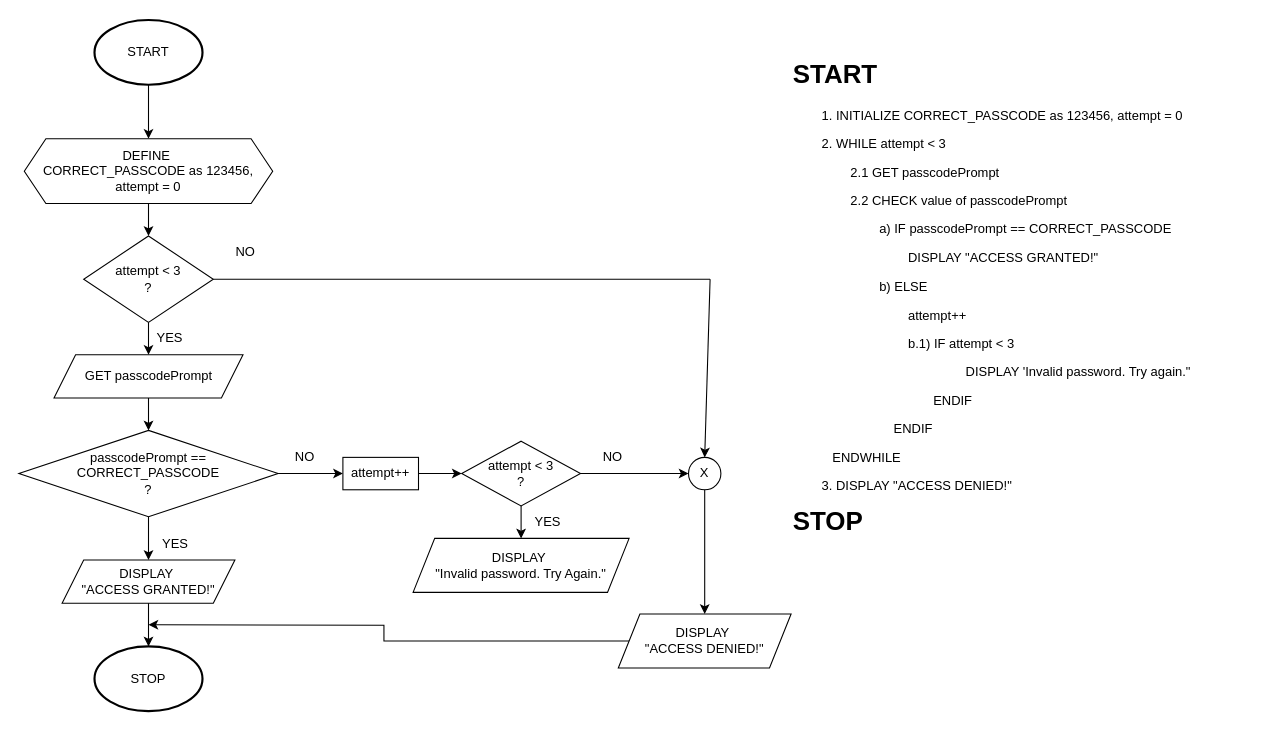
Above: page "5.2" (2 of 3) of Lab Exercise 3.1/labE5.drawio in barrosaur/first-year-cpe-lab (draw.io), before the change. Source tidied: cells renumbered, new cells numbered last; positions are measured from the earlier drawing's top-left corner, leaving out a move shared by most shapes. Both pictures are drawn from the tidied source at 108%, with x=0, y=0 at pixel (18, 19).
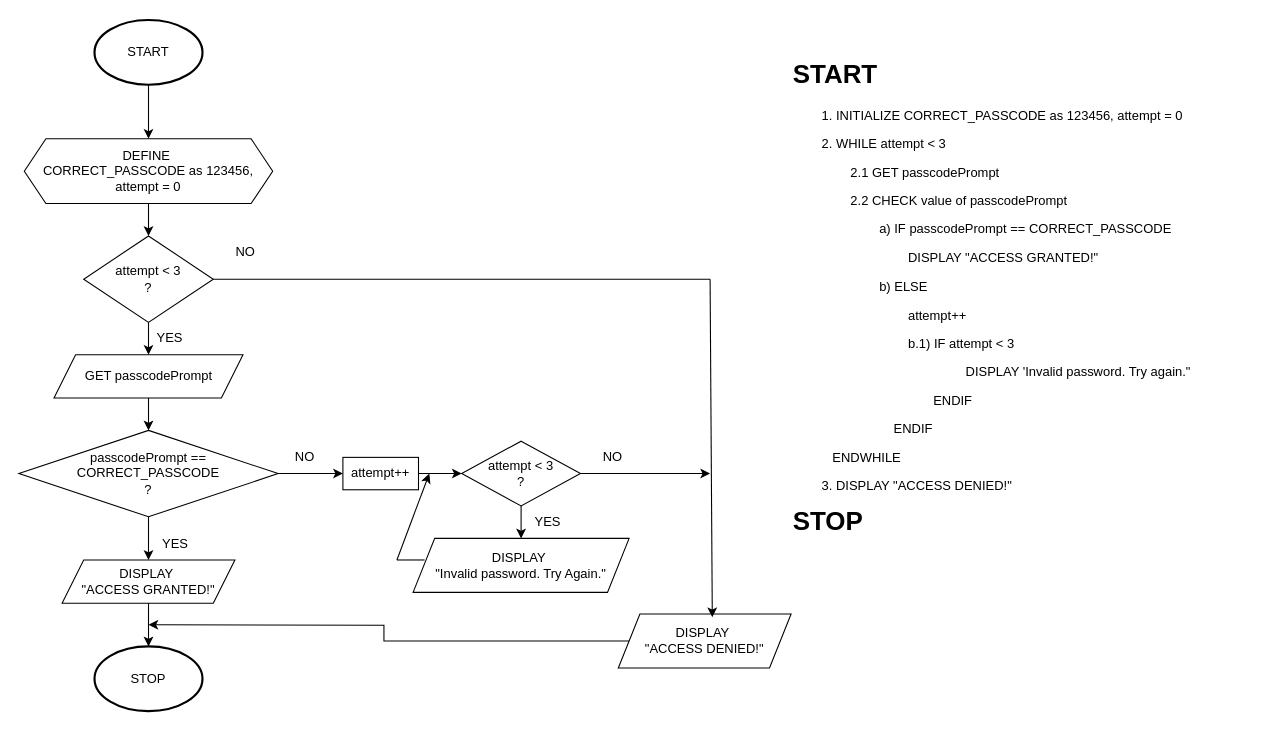
Above is the later version.

Unchanged cells that the change refers to:
```xml
<mxCell id="22" value="attempt &amp;lt; 3&lt;div&gt;?&lt;/div&gt;" style="rhombus;whiteSpace=wrap;html=1;" parent="1" vertex="1">
  <mxGeometry x="410" y="390" width="110" height="60" as="geometry" />
</mxCell>
<mxCell id="23" value="DISPLAY&amp;nbsp;&lt;div&gt;&quot;Invalid password. Try Again.&quot;&lt;/div&gt;" style="shape=parallelogram;perimeter=parallelogramPerimeter;whiteSpace=wrap;html=1;fixedSize=1;" parent="1" vertex="1">
  <mxGeometry x="365" y="480" width="200" height="50" as="geometry" />
</mxCell>
<mxCell id="27" value="DISPLAY&amp;nbsp;&lt;div&gt;&quot;ACCESS DENIED!&quot;&lt;/div&gt;" style="shape=parallelogram;perimeter=parallelogramPerimeter;whiteSpace=wrap;html=1;fixedSize=1;" parent="1" vertex="1">
  <mxGeometry x="555" y="550" width="160" height="50" as="geometry" />
</mxCell>
```

Diff of the diagram source:
```diff
@@
     <mxCell id="29" style="endArrow=classic;html=1;rounded=0;exitX=1;exitY=0.5;exitDx=0;exitDy=0;" parent="1" edge="1" source="22">
       <mxGeometry relative="1" as="geometry">
-        <mxPoint x="620" y="420" as="targetPoint" />
+        <mxPoint x="640" y="420" as="targetPoint" />
       </mxGeometry>
     </mxCell>
@@
-    <mxCell id="31" style="endArrow=classic;html=1;rounded=0;entryX=0.5;entryY=0;entryDx=0;entryDy=0;" parent="1" edge="1" target="32">
+    <mxCell id="31" style="endArrow=classic;html=1;rounded=0;entryX=0.544;entryY=0.06;entryDx=0;entryDy=0;entryPerimeter=0;" parent="1" edge="1" target="27">
       <mxGeometry relative="1" as="geometry">
         <mxPoint x="640" y="240" as="sourcePoint" />
       </mxGeometry>
     </mxCell>
-    <mxCell id="32" value="X" style="ellipse;whiteSpace=wrap;html=1;" parent="1" vertex="1">
-      <mxGeometry x="620" y="405" width="30" height="30" as="geometry" />
-    </mxCell>
-    <mxCell id="33" style="endArrow=classic;html=1;rounded=0;entryX=0.5;entryY=0;entryDx=0;entryDy=0;exitX=0.5;exitY=1;exitDx=0;exitDy=0;" parent="1" edge="1" source="32" target="27">
-      <mxGeometry relative="1" as="geometry" />
-    </mxCell>
@@
+    <mxCell id="35" style="endArrow=classic;html=1;rounded=0;" parent="1" edge="1">
+      <mxGeometry relative="1" as="geometry">
+        <mxPoint x="350" y="500" as="sourcePoint" />
+        <mxPoint x="380" y="420" as="targetPoint" />
+      </mxGeometry>
+    </mxCell>
+    <mxCell id="36" style="endArrow=none;html=1;rounded=0;entryX=0.053;entryY=0.4;entryDx=0;entryDy=0;entryPerimeter=0;" parent="1" edge="1" target="23">
+      <mxGeometry relative="1" as="geometry">
+        <mxPoint x="350" y="500" as="sourcePoint" />
+      </mxGeometry>
+    </mxCell>
```
